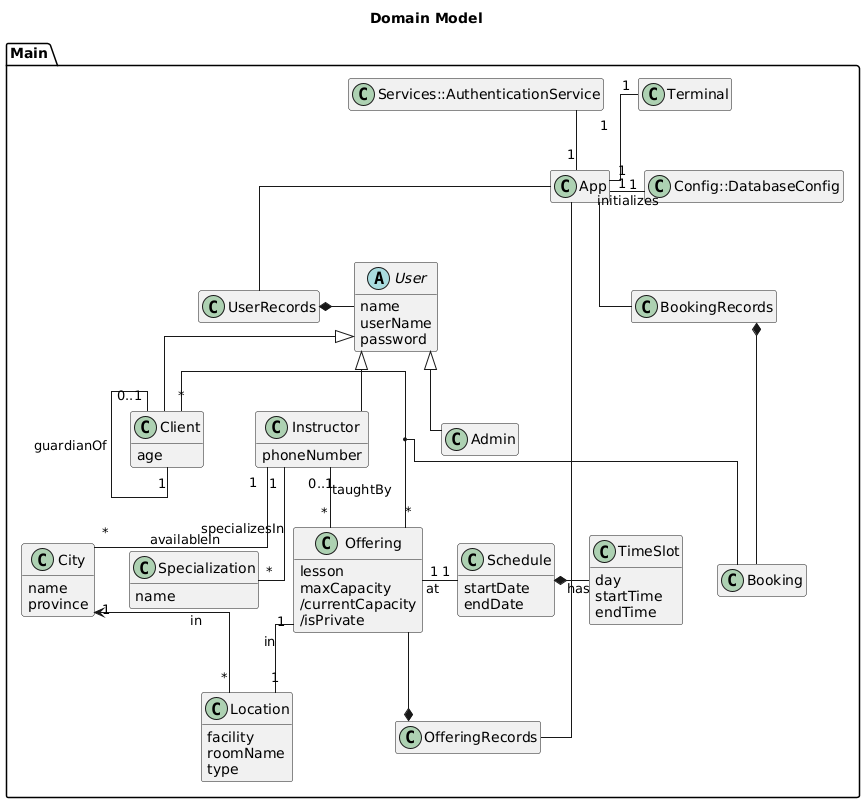
The PlantUML diagram diagrams/out/domain-model/Domain Model.png in NathanGrenier/SOEN-342-Project, before a commit.
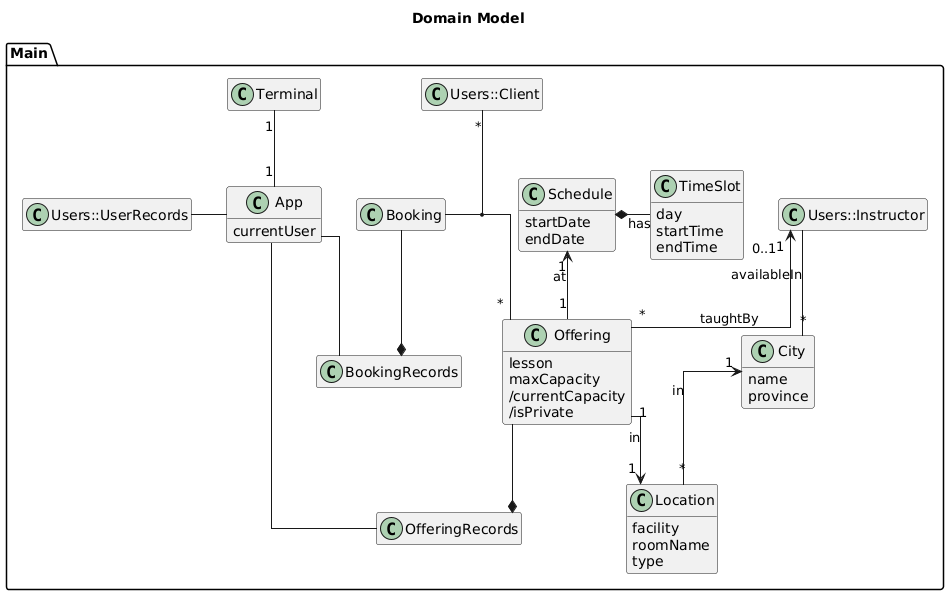
After the change.

Commit message:
2: made changes/simplifications to the domain and package models.

What changed in the source:
```diff
@@ -1,4 +1,4 @@
-@startuml Domain Model
+@startuml
 title Domain Model
 
 hide empty members
@@ -6,35 +6,13 @@
 
 package Main {
     class Terminal {}
-    class App {}
-    class Services::AuthenticationService {}
-    class Config::DatabaseConfig {}
+    class App {
+        currentUser
+    }
 
-
-    class UserRecords {}
-    abstract User {
-        name
-        userName
-        password
-    }
-    class Client {
-        age
-    }
-    class Specialization {
-        name
-    }
-    class Instructor {
-        phoneNumber
-    }
-    class Admin {}
-
-    class OfferingRecords {}
-    class Offering {
-        lesson
-        maxCapacity
-        /currentCapacity
-        /isPrivate
-    }
+    class UserRecords as "Users::UserRecords"  {}
+    class Client as "Users::Client" {}
+    class Instructor as "Users::Instructor" {}
 
     class City {
         name
@@ -56,38 +34,36 @@
         endTime
     }
 
+    class OfferingRecords {}
+    class Offering {
+        lesson
+        maxCapacity
+        /currentCapacity
+        /isPrivate
+    }
+
     class BookingRecords {}
     class Booking {}
 
     App "1" -up- "1" Terminal
-    App "1" -up- "1" Services::AuthenticationService
-    App "1" - "1" Config::DatabaseConfig: initializes
-    App -- UserRecords
+    App -left- UserRecords
     App -- OfferingRecords
     App -- BookingRecords
-
-    User <|-- Client
-    User <|-- Instructor
-    User <|-- Admin
-
-    UserRecords *- User
 
     Location "*" -up-> "1" City: in
 
     Schedule *- TimeSlot: has
 
     Offering --* OfferingRecords
-    Offering "1" - "1" Schedule: at
-    Offering "1" -- "1" Location: in
+    Offering "1" -up-> "1" Schedule: at
+    Offering "1" --> "1" Location: in
 
-    Instructor "1" -- "*" Specialization: specializesIn
     Instructor "1" -- "*" City: availableIn
-    Instructor "0..1" -- "*" Offering: taughtBy
+    Instructor "0..1" <-- "*" Offering: taughtBy
 
-    Client "*" - "*" Offering
-    Client "0..1" -- "1" Client: guardianOf
+    Client "*" -- "*" Offering
 
     (Client, Offering) -- Booking
-    Booking -left-* BookingRecords
+    Booking --* BookingRecords
 }
 @enduml
```
